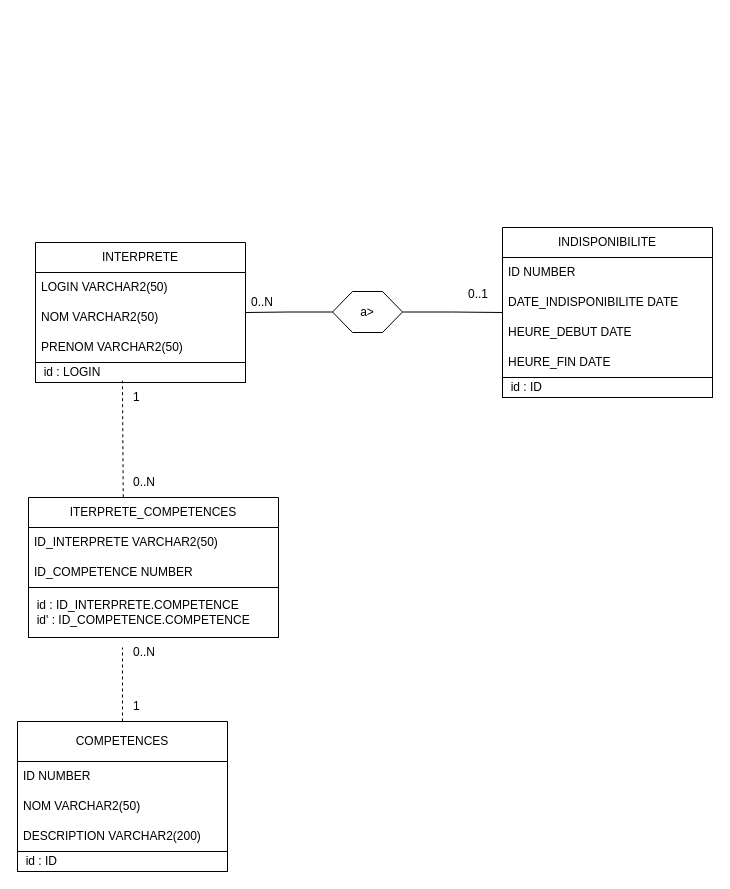
Above: Diagrammes/origin/Entiteasstiation.drawio in AlvaroCatoiraP/GestionInterpretes (draw.io), before the change. Source tidied: cells renumbered, new cells numbered last; positions are measured from the earlier drawing's top-left corner, leaving out a move shared by most shapes. Both pictures are drawn from the tidied source at 100%, with x=0, y=0 at pixel (17, 227).
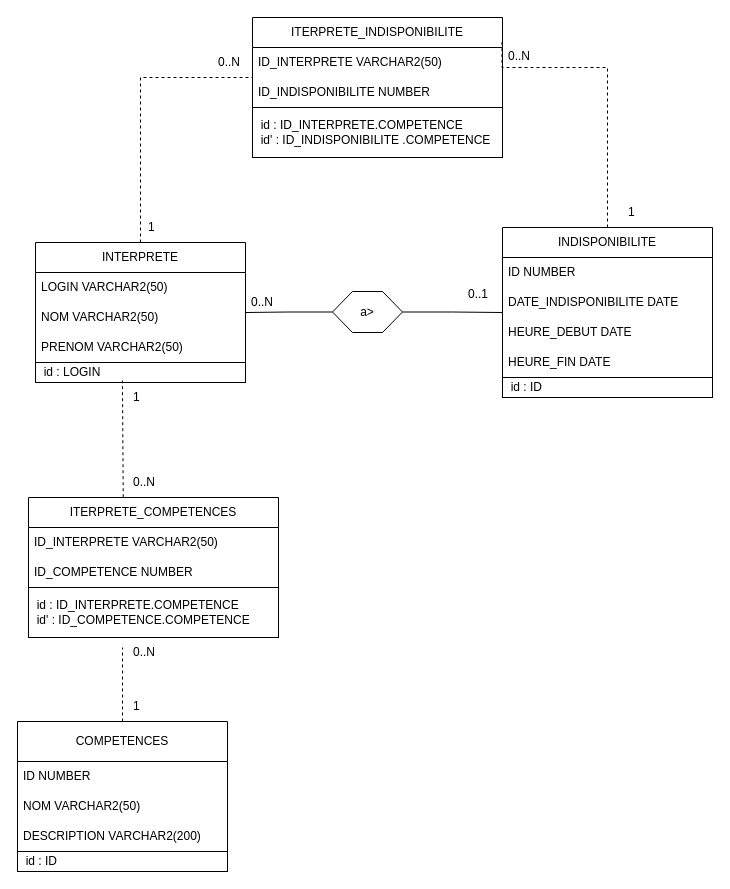
The same page after the edit.

Unchanged cells that the change refers to:
```xml
<mxCell id="7" value="INDISPONIBILITE" style="swimlane;fontStyle=0;horizontal=1;startSize=30;whiteSpace=wrap;html=1;" parent="1" vertex="1">
  <mxGeometry x="485" width="210" height="170" as="geometry" />
</mxCell>
<mxCell id="13" value="INTERPRETE" style="swimlane;fontStyle=0;horizontal=1;startSize=30;whiteSpace=wrap;html=1;" parent="1" vertex="1">
  <mxGeometry x="18" y="15" width="210" height="140" as="geometry" />
</mxCell>
```

Diff of the diagram source:
```diff
@@
+    <mxCell id="33" value="ITERPRETE_INDISPONIBILITE" style="swimlane;fontStyle=0;horizontal=1;startSize=30;whiteSpace=wrap;html=1;" parent="1" vertex="1">
+      <mxGeometry x="235" y="-210" width="250" height="140" as="geometry" />
+    </mxCell>
+    <mxCell id="34" value="ID_INTERPRETE VARCHAR2(50)" style="text;strokeColor=none;fillColor=none;align=left;verticalAlign=middle;spacingLeft=4;spacingRight=4;overflow=hidden;points=[[0,0.5],[1,0.5]];portConstraint=eastwest;whiteSpace=wrap;html=1;" parent="33" vertex="1">
+      <mxGeometry y="30" width="250" height="30" as="geometry" />
+    </mxCell>
+    <mxCell id="35" value="ID_INDISPONIBILITE NUMBER" style="text;strokeColor=none;fillColor=none;align=left;verticalAlign=middle;spacingLeft=4;spacingRight=4;overflow=hidden;whiteSpace=wrap;html=1;" parent="33" vertex="1">
+      <mxGeometry y="60" width="250" height="30" as="geometry" />
+    </mxCell>
+    <mxCell id="36" value="&amp;nbsp; id : ID_INTERPRETE.COMPETENCE&lt;div&gt;&amp;nbsp; id' : ID_INDISPONIBILITE&amp;nbsp;&lt;span style=&quot;background-color: transparent; color: light-dark(rgb(0, 0, 0), rgb(255, 255, 255));&quot;&gt;.COMPETENCE&lt;/span&gt;&lt;/div&gt;" style="rounded=0;whiteSpace=wrap;html=1;align=left;" parent="33" vertex="1">
+      <mxGeometry y="90" width="250" height="50" as="geometry" />
+    </mxCell>
+    <mxCell id="37" style="edgeStyle=orthogonalEdgeStyle;rounded=0;jettySize=auto;html=1;entryX=0;entryY=0.5;entryDx=0;entryDy=0;endArrow=none;endFill=0;dashed=1;" parent="1" edge="1" source="13" target="34">
+      <mxGeometry relative="1" as="geometry">
+        <Array as="points">
+          <mxPoint x="123" y="-150" />
+          <mxPoint x="235" y="-150" />
+        </Array>
+      </mxGeometry>
+    </mxCell>
+    <mxCell id="38" style="edgeStyle=orthogonalEdgeStyle;rounded=0;jettySize=auto;html=1;entryX=0.998;entryY=0.16;entryDx=0;entryDy=0;entryPerimeter=0;endArrow=none;endFill=0;dashed=1;" parent="1" edge="1" source="7" target="33">
+      <mxGeometry relative="1" as="geometry">
+        <Array as="points">
+          <mxPoint x="590" y="-160" />
+          <mxPoint x="485" y="-160" />
+        </Array>
+      </mxGeometry>
+    </mxCell>
+    <mxCell id="39" value="0..N" style="text;strokeColor=none;fillColor=none;align=left;verticalAlign=middle;spacingLeft=4;spacingRight=4;overflow=hidden;whiteSpace=wrap;html=1;" parent="1" vertex="1">
+      <mxGeometry x="195" y="-180" width="40" height="30" as="geometry" />
+    </mxCell>
+    <mxCell id="40" value="0..N" style="text;strokeColor=none;fillColor=none;align=left;verticalAlign=middle;spacingLeft=4;spacingRight=4;overflow=hidden;whiteSpace=wrap;html=1;" parent="1" vertex="1">
+      <mxGeometry x="485" y="-186" width="40" height="30" as="geometry" />
+    </mxCell>
+    <mxCell id="41" value="1" style="text;strokeColor=none;fillColor=none;align=left;verticalAlign=middle;spacingLeft=4;spacingRight=4;overflow=hidden;whiteSpace=wrap;html=1;" parent="1" vertex="1">
+      <mxGeometry x="605" y="-30" width="40" height="30" as="geometry" />
+    </mxCell>
+    <mxCell id="42" value="1" style="text;strokeColor=none;fillColor=none;align=left;verticalAlign=middle;spacingLeft=4;spacingRight=4;overflow=hidden;whiteSpace=wrap;html=1;" parent="1" vertex="1">
+      <mxGeometry x="125" y="-15" width="40" height="30" as="geometry" />
+    </mxCell>
```
